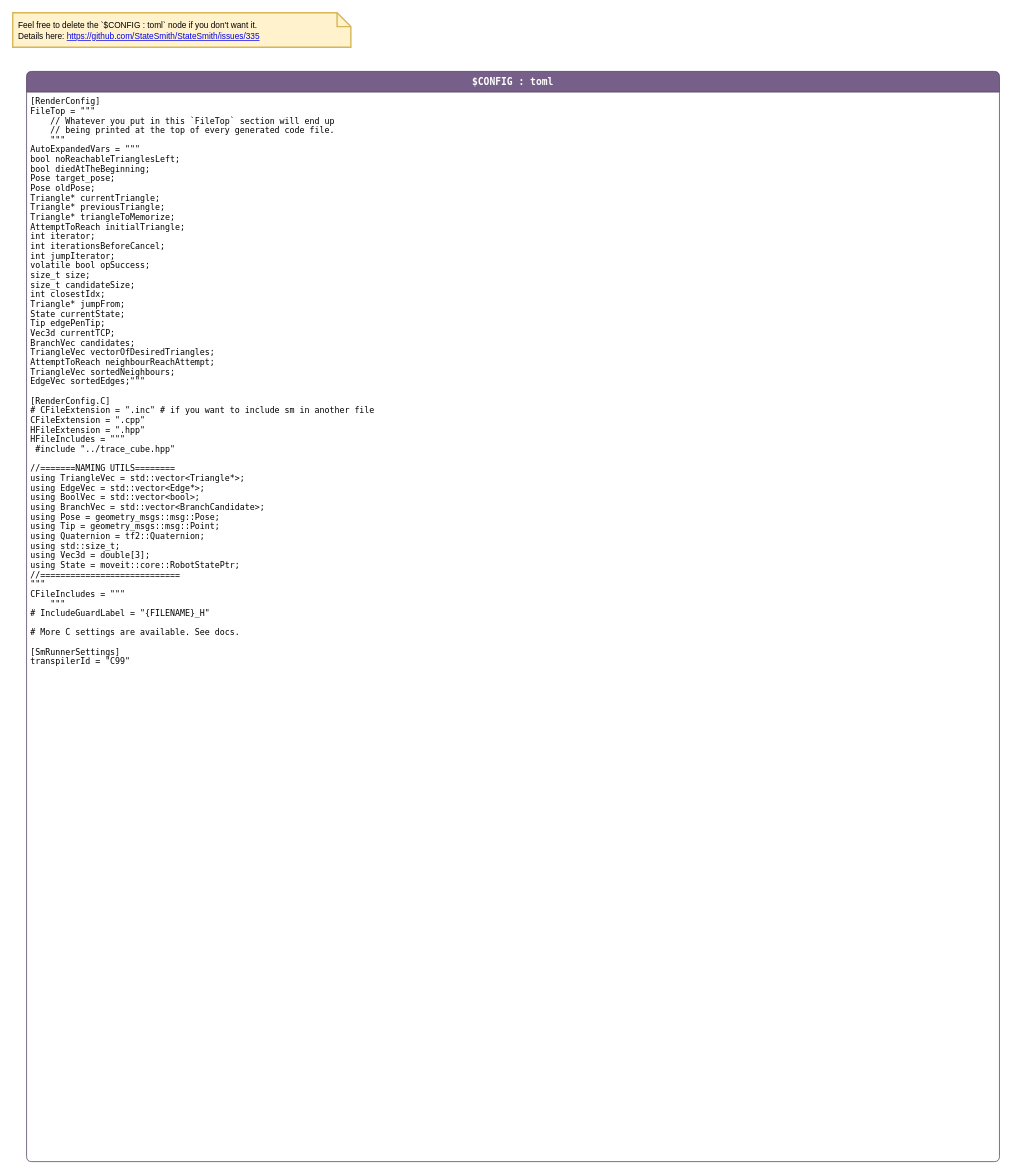
shauryachanana/ur5e_surface_path keeps this draw.io diagram as page "config" (2 of 3) of src/stateMachineIKU/tracingStateMachine.drawio. Above is the earlier version. Source tidied: cells renumbered, new cells numbered last; positions are measured from the earlier drawing's top-left corner, leaving out a move shared by most shapes. Both pictures are drawn from the tidied source at 69%, with x=0, y=0 at pixel (12, 12).
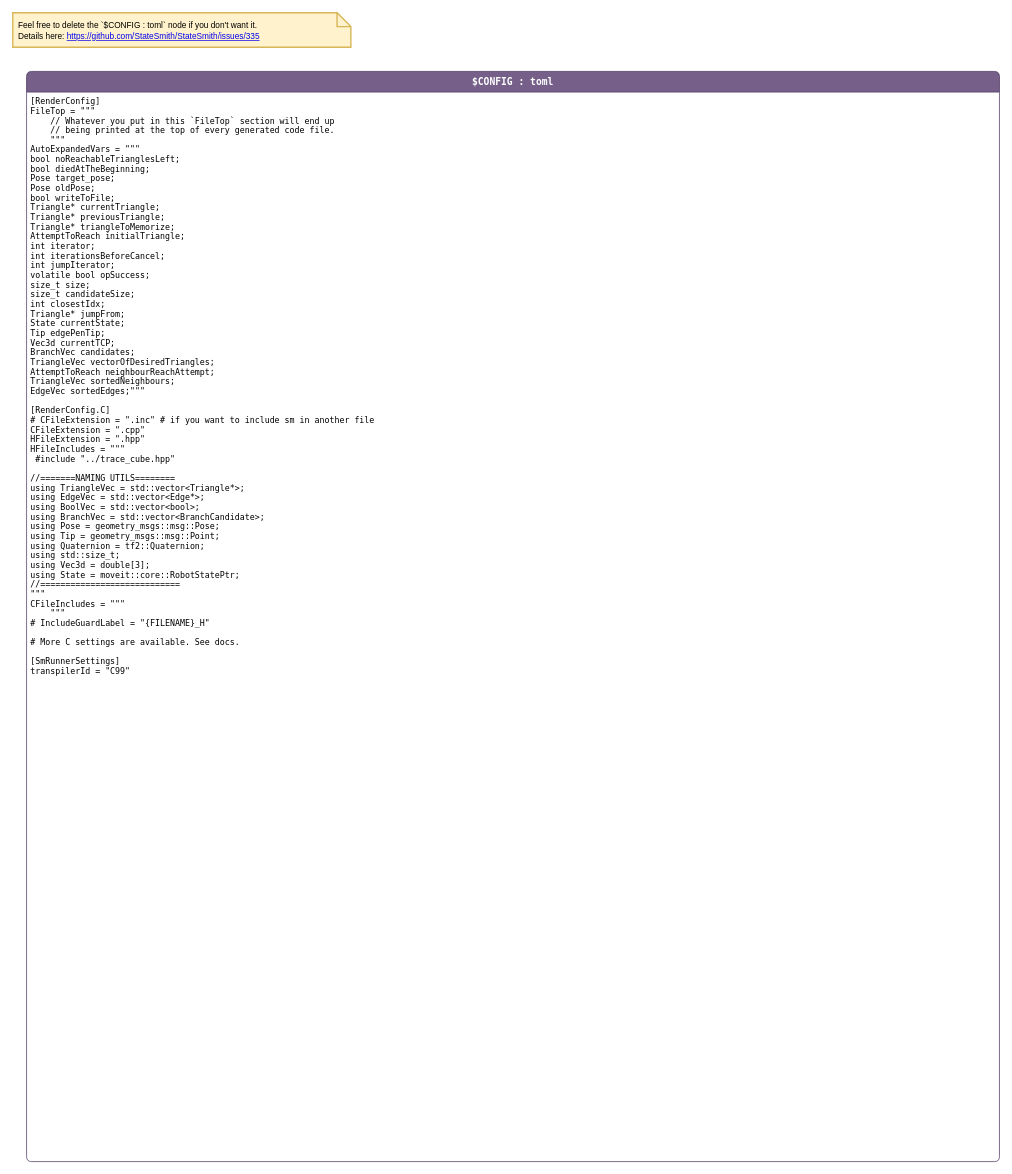
The same page after the edit.

Change to the diagram source:
```diff
@@
 <mxGraphModel>
   <root>
     <mxCell id="0" />
     <mxCell id="1" parent="0" />
     <mxCell id="2" value="$CONFIG : toml" style="shape=swimlane;align=center;verticalAlign=top;fontFamily=Lucida Console;startSize=30;fontSize=14;fontStyle=1;swimlaneFillColor=default;rounded=1;arcSize=15;absoluteArcSize=1;fillColor=#76608a;strokeColor=#432D57;fontColor=#ffffff;" parent="1" vertex="1">
       <mxGeometry x="20" y="85" width="1410" height="1580" as="geometry" />
     </mxCell>
-    <mxCell id="3" value="[RenderConfig]&#10;FileTop = &quot;&quot;&quot;&#10;    // Whatever you put in this `FileTop` section will end up &#10;    // being printed at the top of every generated code file.&#10;    &quot;&quot;&quot;&#10;AutoExpandedVars = &quot;&quot;&quot;&#10;    bool noReachableTrianglesLeft;&#10;bool diedAtTheBeginning;&#10;    Pose target_pose; &#10;    Pose oldPose;&#10;    Triangle* currentTriangle;&#10;    Triangle* previousTriangle;&#10;Triangle* triangleToMemorize;&#10;    AttemptToReach initialTriangle;&#10;    int iterator;&#10;int iterationsBeforeCancel;&#10;int jumpIterator;&#10;volatile bool opSuccess;&#10;    size_t size;&#10;size_t candidateSize;&#10;int closestIdx; &#10;Triangle* jumpFrom;&#10;State currentState;&#10;    Tip edgePenTip;&#10;    Vec3d currentTCP; &#10;    BranchVec candidates;&#10;    TriangleVec vectorOfDesiredTriangles; &#10;AttemptToReach neighbourReachAttempt;&#10;TriangleVec sortedNeighbours;&#10;EdgeVec sortedEdges;&quot;&quot;&quot;&#10;&#10;[RenderConfig.C]&#10;# CFileExtension = &quot;.inc&quot; # if you want to include sm in another file&#10;CFileExtension = &quot;.cpp&quot;&#10;HFileExtension = &quot;.hpp&quot;&#10;HFileIncludes = &quot;&quot;&quot;&#10; #include &quot;../trace_cube.hpp&quot;&#10;&#10;//=======NAMING UTILS========&#10;using TriangleVec = std::vector&lt;Triangle*&gt;;&#10;using EdgeVec = std::vector&lt;Edge*&gt;;&#10;using BoolVec = std::vector&lt;bool&gt;;&#10;using BranchVec = std::vector&lt;BranchCandidate&gt;;&#10;using Pose = geometry_msgs::msg::Pose;&#10;using Tip = geometry_msgs::msg::Point;&#10;using Quaternion = tf2::Quaternion;&#10;using std::size_t;&#10;using Vec3d = double[3];&#10;using State = moveit::core::RobotStatePtr;&#10;//============================&#10;&quot;&quot;&quot;&#10;CFileIncludes = &quot;&quot;&quot;&#10;    &quot;&quot;&quot;&#10;# IncludeGuardLabel = &quot;{FILENAME}_H&quot;&#10;&#10;# More C settings are available. See docs.&#10;&#10;[SmRunnerSettings]&#10;transpilerId = &quot;C99&quot;" style="fontFamily=Lucida Console;align=left;verticalAlign=top;fillColor=none;gradientColor=none;strokeColor=none;rounded=0;spacingLeft=4;" parent="2" vertex="1">
-      <mxGeometry y="30" width="350" height="860" as="geometry" />
+    <mxCell id="3" value="[RenderConfig]&#10;FileTop = &quot;&quot;&quot;&#10;    // Whatever you put in this `FileTop` section will end up &#10;    // being printed at the top of every generated code file.&#10;    &quot;&quot;&quot;&#10;AutoExpandedVars = &quot;&quot;&quot;&#10;    bool noReachableTrianglesLeft;&#10;bool diedAtTheBeginning;&#10;    Pose target_pose; &#10;    Pose oldPose;&#10;bool writeToFile;&#10;    Triangle* currentTriangle;&#10;    Triangle* previousTriangle;&#10;Triangle* triangleToMemorize;&#10;    AttemptToReach initialTriangle;&#10;    int iterator;&#10;int iterationsBeforeCancel;&#10;int jumpIterator;&#10;volatile bool opSuccess;&#10;    size_t size;&#10;size_t candidateSize;&#10;int closestIdx; &#10;Triangle* jumpFrom;&#10;State currentState;&#10;    Tip edgePenTip;&#10;    Vec3d currentTCP; &#10;    BranchVec candidates;&#10;    TriangleVec vectorOfDesiredTriangles; &#10;AttemptToReach neighbourReachAttempt;&#10;TriangleVec sortedNeighbours;&#10;EdgeVec sortedEdges;&quot;&quot;&quot;&#10;&#10;[RenderConfig.C]&#10;# CFileExtension = &quot;.inc&quot; # if you want to include sm in another file&#10;CFileExtension = &quot;.cpp&quot;&#10;HFileExtension = &quot;.hpp&quot;&#10;HFileIncludes = &quot;&quot;&quot;&#10; #include &quot;../trace_cube.hpp&quot;&#10;&#10;//=======NAMING UTILS========&#10;using TriangleVec = std::vector&lt;Triangle*&gt;;&#10;using EdgeVec = std::vector&lt;Edge*&gt;;&#10;using BoolVec = std::vector&lt;bool&gt;;&#10;using BranchVec = std::vector&lt;BranchCandidate&gt;;&#10;using Pose = geometry_msgs::msg::Pose;&#10;using Tip = geometry_msgs::msg::Point;&#10;using Quaternion = tf2::Quaternion;&#10;using std::size_t;&#10;using Vec3d = double[3];&#10;using State = moveit::core::RobotStatePtr;&#10;//============================&#10;&quot;&quot;&quot;&#10;CFileIncludes = &quot;&quot;&quot;&#10;    &quot;&quot;&quot;&#10;# IncludeGuardLabel = &quot;{FILENAME}_H&quot;&#10;&#10;# More C settings are available. See docs.&#10;&#10;[SmRunnerSettings]&#10;transpilerId = &quot;C99&quot;" style="fontFamily=Lucida Console;align=left;verticalAlign=top;fillColor=none;gradientColor=none;strokeColor=none;rounded=0;spacingLeft=4;" parent="2" vertex="1">
+      <mxGeometry y="30" width="350" height="880" as="geometry" />
     </mxCell>
     <mxCell id="4" value="&lt;span style=&quot;color: rgb(0, 0, 0); font-size: 12px;&quot;&gt;Feel free to delete the `$CONFIG : toml` node if you don't want it.&lt;/span&gt;&lt;br style=&quot;color: rgb(0, 0, 0); font-size: 12px;&quot;&gt;&lt;span style=&quot;color: rgb(0, 0, 0); font-size: 12px;&quot;&gt;Details here:&amp;nbsp;&lt;/span&gt;&lt;a style=&quot;font-size: 12px;&quot; href=&quot;https://github.com/StateSmith/StateSmith/issues/335&quot;&gt;https://github.com/StateSmith/StateSmith/issues/335&lt;/a&gt;" style="shape=note;strokeWidth=2;fontSize=14;size=20;whiteSpace=wrap;html=1;fillColor=#fff2cc;strokeColor=#d6b656;fontColor=#2B2B00;align=left;spacingLeft=6;" parent="1" vertex="1">
       <mxGeometry width="490" height="50" as="geometry" />
     </mxCell>
   </root>
 </mxGraphModel>
```
